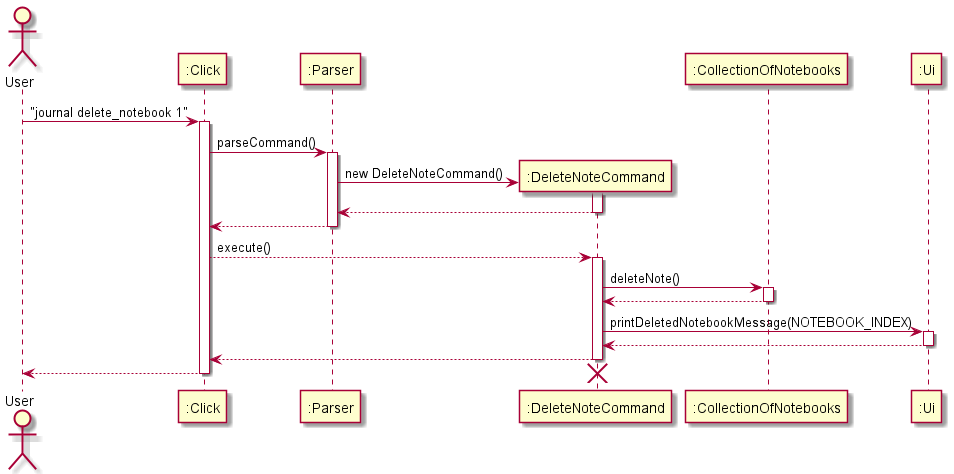
Before: docs/diagrams/journal/DeleteNoteCommand.png, a diagram exported from PlantUML (nus-cs2113-AY2122S1/tp).
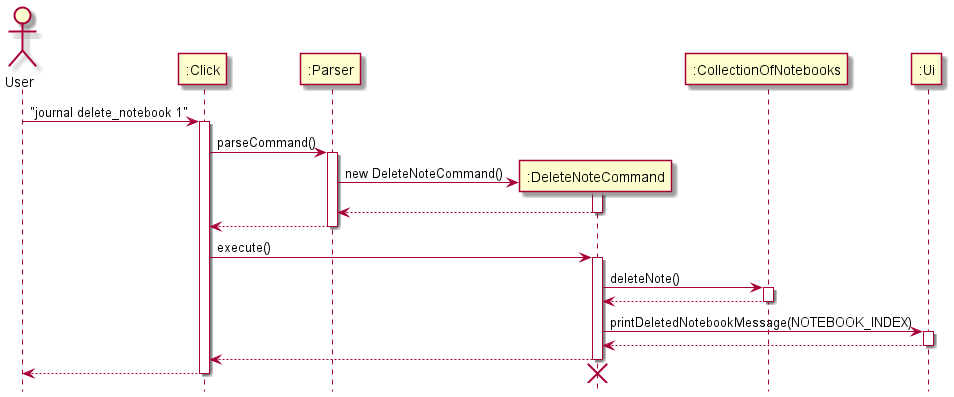
After the commit.

Commit message:
Update delete note command diagram

Diff of the diagram source:
```diff
@@ -1,4 +1,5 @@
 @startuml
+hide footbox
 Actor User
 User -> ":Click" : "journal delete_notebook 1"
 participant ":Click"
@@ -13,7 +14,7 @@
 deactivate ":DeleteNoteCommand"
 ":Parser" --> ":Click"
 deactivate ":Parser"
-":Click" --> ":DeleteNoteCommand" : execute()
+":Click" -> ":DeleteNoteCommand" : execute()
 activate ":DeleteNoteCommand"
 participant ":CollectionOfNotebooks"
 ":DeleteNoteCommand" -> ":CollectionOfNotebooks" : deleteNote()
```
